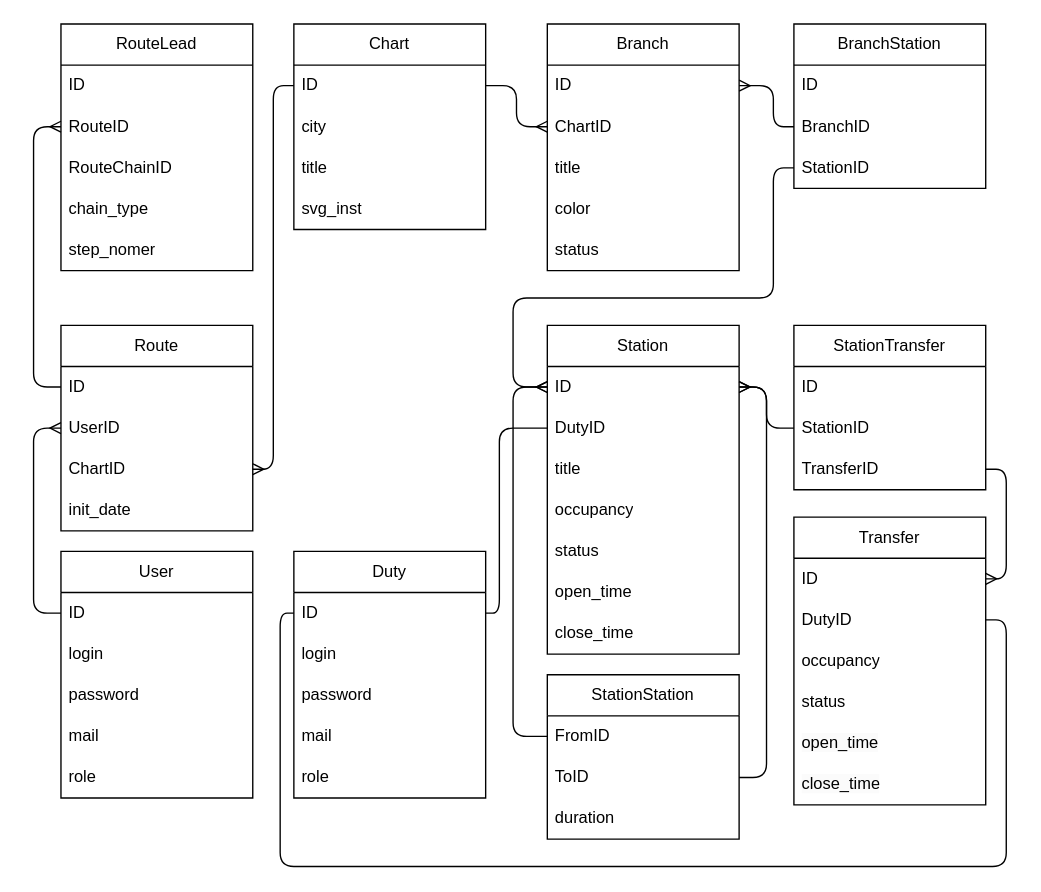
Above: charts/Entities.drawio in Mihyich/PPO (draw.io), before the change. Source tidied: cells renumbered, new cells numbered last; positions are measured from the earlier drawing's top-left corner, leaving out a move shared by most shapes. Both pictures are drawn from the tidied source at 137%, with x=0, y=0 at pixel (33, 23).
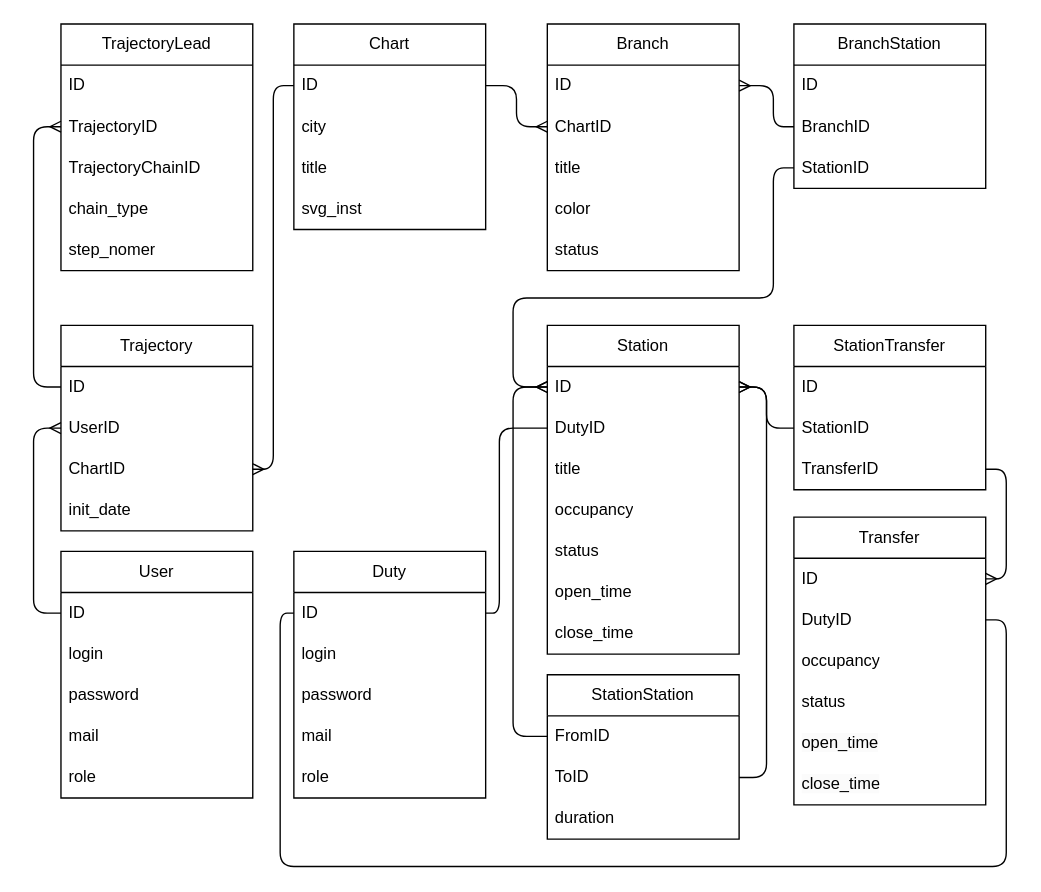
Above is the later version.

Commit message (it also covers changes not shown here):
Переименование атрибутов в диаграммах

The edit, as a diff of the source:
```diff
@@
-    <mxCell id="13" value="Route" style="swimlane;fontStyle=0;horizontal=1;startSize=30;whiteSpace=wrap;html=1;" parent="1" vertex="1">
+    <mxCell id="13" value="Trajectory" style="swimlane;fontStyle=0;horizontal=1;startSize=30;whiteSpace=wrap;html=1;" parent="1" vertex="1">
       <mxGeometry x="20" y="220" width="140" height="150" as="geometry" />
     </mxCell>
@@
-    <mxCell id="53" value="RouteLead" style="swimlane;fontStyle=0;horizontal=1;startSize=30;whiteSpace=wrap;html=1;" parent="1" vertex="1">
+    <mxCell id="53" value="TrajectoryLead" style="swimlane;fontStyle=0;horizontal=1;startSize=30;whiteSpace=wrap;html=1;" parent="1" vertex="1">
       <mxGeometry x="20" width="140" height="180" as="geometry" />
     </mxCell>
@@
-    <mxCell id="55" value="RouteID" style="text;strokeColor=none;fillColor=none;align=left;verticalAlign=middle;spacingLeft=4;spacingRight=4;overflow=hidden;points=[[0,0.5],[1,0.5]];portConstraint=eastwest;whiteSpace=wrap;html=1;" parent="53" vertex="1">
+    <mxCell id="55" value="TrajectoryID" style="text;strokeColor=none;fillColor=none;align=left;verticalAlign=middle;spacingLeft=4;spacingRight=4;overflow=hidden;points=[[0,0.5],[1,0.5]];portConstraint=eastwest;whiteSpace=wrap;html=1;" parent="53" vertex="1">
       <mxGeometry y="60" width="140" height="30" as="geometry" />
     </mxCell>
-    <mxCell id="56" value="RouteChainID" style="text;strokeColor=none;fillColor=none;align=left;verticalAlign=middle;spacingLeft=4;spacingRight=4;overflow=hidden;whiteSpace=wrap;html=1;" parent="53" vertex="1">
+    <mxCell id="56" value="TrajectoryChainID" style="text;strokeColor=none;fillColor=none;align=left;verticalAlign=middle;spacingLeft=4;spacingRight=4;overflow=hidden;whiteSpace=wrap;html=1;" parent="53" vertex="1">
       <mxGeometry y="90" width="140" height="30" as="geometry" />
     </mxCell>
```
